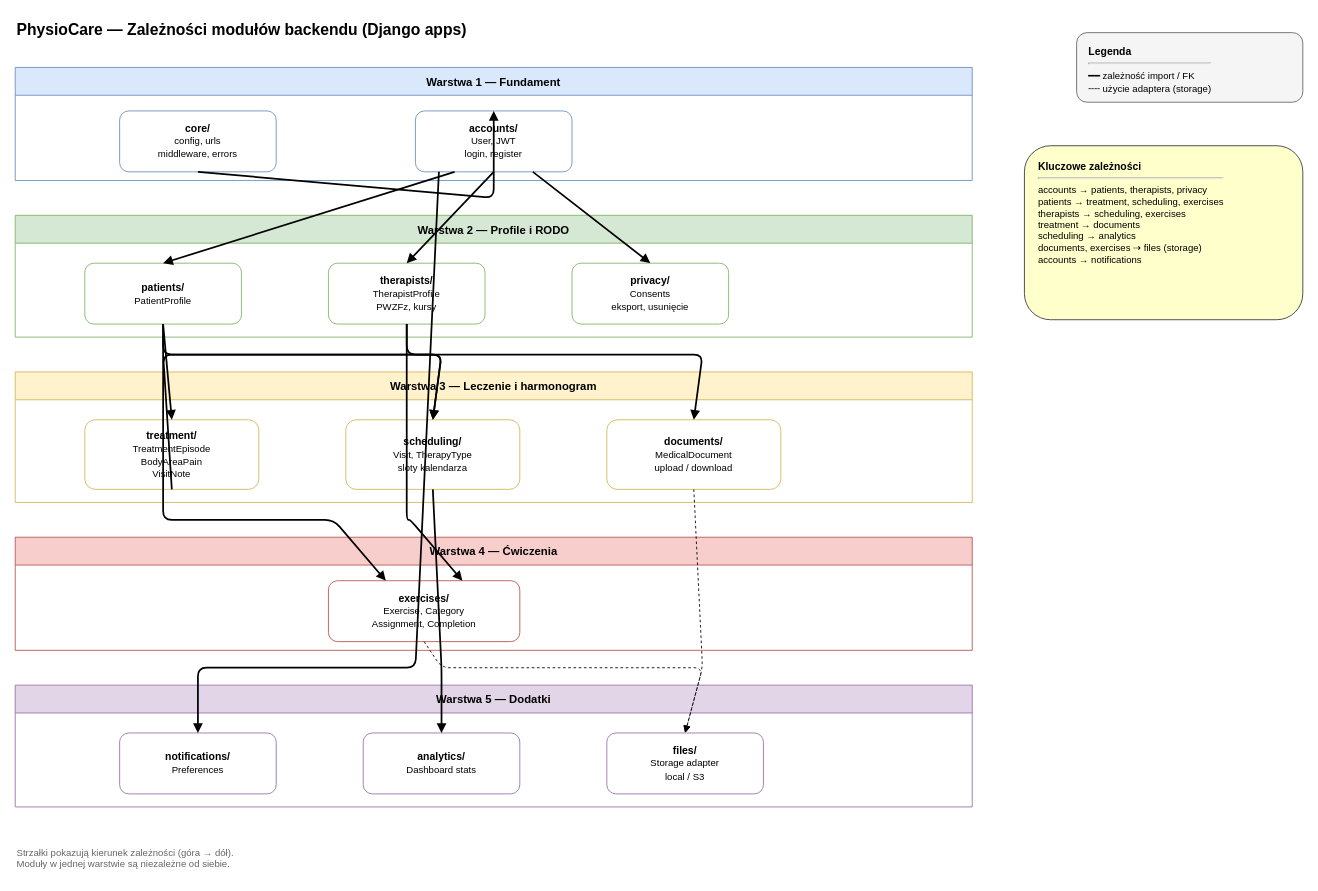
Above: docs/diagrams/module-dependencies.drawio in kacperszczudlo/PhysioCare (draw.io), before the change. Source tidied: cells renumbered, new cells numbered last; positions are measured from the earlier drawing's top-left corner, leaving out a move shared by most shapes. Both pictures are drawn from the tidied source at 87%, with x=0, y=0 at pixel (15, 15).
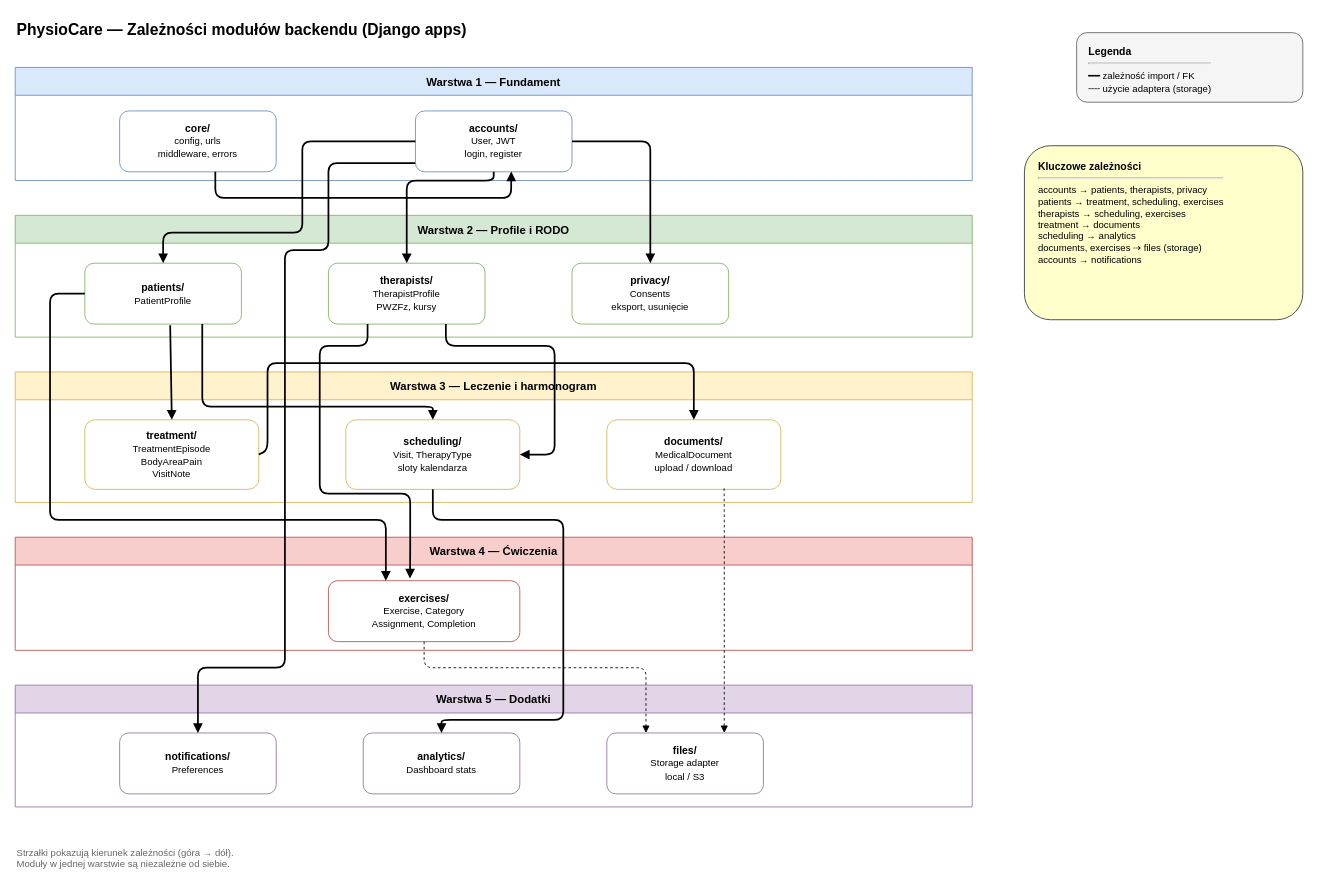
The same page after the edit.

Unchanged cells that the change refers to:
```xml
<mxCell id="5" value="&lt;b&gt;core/&lt;/b&gt;&lt;br&gt;&lt;font style=&quot;font-size:11px&quot;&gt;config, urls&lt;br&gt;middleware, errors&lt;/font&gt;" style="rounded=1;whiteSpace=wrap;html=1;align=center;verticalAlign=middle;fillColor=#ffffff;strokeColor=#6c8ebf;fontFamily=Helvetica;" parent="4" vertex="1">
  <mxGeometry x="120" y="50" width="180" height="70" as="geometry" />
</mxCell>
<mxCell id="6" value="&lt;b&gt;accounts/&lt;/b&gt;&lt;br&gt;&lt;font style=&quot;font-size:11px&quot;&gt;User, JWT&lt;br&gt;login, register&lt;/font&gt;" style="rounded=1;whiteSpace=wrap;html=1;align=center;verticalAlign=middle;fillColor=#ffffff;strokeColor=#6c8ebf;fontFamily=Helvetica;" parent="4" vertex="1">
  <mxGeometry x="460" y="50" width="180" height="70" as="geometry" />
</mxCell>
<mxCell id="8" value="&lt;b&gt;patients/&lt;/b&gt;&lt;br&gt;&lt;font style=&quot;font-size:11px&quot;&gt;PatientProfile&lt;/font&gt;" style="rounded=1;whiteSpace=wrap;html=1;align=center;verticalAlign=middle;fillColor=#ffffff;strokeColor=#82b366;fontFamily=Helvetica;" parent="7" vertex="1">
  <mxGeometry x="80" y="55" width="180" height="70" as="geometry" />
</mxCell>
<mxCell id="9" value="&lt;b&gt;therapists/&lt;/b&gt;&lt;br&gt;&lt;font style=&quot;font-size:11px&quot;&gt;TherapistProfile&lt;br&gt;PWZFz, kursy&lt;/font&gt;" style="rounded=1;whiteSpace=wrap;html=1;align=center;verticalAlign=middle;fillColor=#ffffff;strokeColor=#82b366;fontFamily=Helvetica;" parent="7" vertex="1">
  <mxGeometry x="360" y="55" width="180" height="70" as="geometry" />
</mxCell>
<mxCell id="10" value="&lt;b&gt;privacy/&lt;/b&gt;&lt;br&gt;&lt;font style=&quot;font-size:11px&quot;&gt;Consents&lt;br&gt;eksport, usunięcie&lt;/font&gt;" style="rounded=1;whiteSpace=wrap;html=1;align=center;verticalAlign=middle;fillColor=#ffffff;strokeColor=#82b366;fontFamily=Helvetica;" parent="7" vertex="1">
  <mxGeometry x="640" y="55" width="180" height="70" as="geometry" />
</mxCell>
<mxCell id="12" value="&lt;b&gt;treatment/&lt;/b&gt;&lt;br&gt;&lt;font style=&quot;font-size:11px&quot;&gt;TreatmentEpisode&lt;br&gt;BodyAreaPain&lt;br&gt;VisitNote&lt;/font&gt;" style="rounded=1;whiteSpace=wrap;html=1;align=center;verticalAlign=middle;fillColor=#ffffff;strokeColor=#d6b656;fontFamily=Helvetica;" parent="11" vertex="1">
  <mxGeometry x="80" y="55" width="200" height="80" as="geometry" />
</mxCell>
<mxCell id="13" value="&lt;b&gt;scheduling/&lt;/b&gt;&lt;br&gt;&lt;font style=&quot;font-size:11px&quot;&gt;Visit, TherapyType&lt;br&gt;sloty kalendarza&lt;/font&gt;" style="rounded=1;whiteSpace=wrap;html=1;align=center;verticalAlign=middle;fillColor=#ffffff;strokeColor=#d6b656;fontFamily=Helvetica;" parent="11" vertex="1">
  <mxGeometry x="380" y="55" width="200" height="80" as="geometry" />
</mxCell>
<mxCell id="14" value="&lt;b&gt;documents/&lt;/b&gt;&lt;br&gt;&lt;font style=&quot;font-size:11px&quot;&gt;MedicalDocument&lt;br&gt;upload / download&lt;/font&gt;" style="rounded=1;whiteSpace=wrap;html=1;align=center;verticalAlign=middle;fillColor=#ffffff;strokeColor=#d6b656;fontFamily=Helvetica;" parent="11" vertex="1">
  <mxGeometry x="680" y="55" width="200" height="80" as="geometry" />
</mxCell>
<mxCell id="16" value="&lt;b&gt;exercises/&lt;/b&gt;&lt;br&gt;&lt;font style=&quot;font-size:11px&quot;&gt;Exercise, Category&lt;br&gt;Assignment, Completion&lt;/font&gt;" style="rounded=1;whiteSpace=wrap;html=1;align=center;verticalAlign=middle;fillColor=#ffffff;strokeColor=#b85450;fontFamily=Helvetica;" parent="15" vertex="1">
  <mxGeometry x="360" y="50" width="220" height="70" as="geometry" />
</mxCell>
<mxCell id="18" value="&lt;b&gt;notifications/&lt;/b&gt;&lt;br&gt;&lt;font style=&quot;font-size:11px&quot;&gt;Preferences&lt;/font&gt;" style="rounded=1;whiteSpace=wrap;html=1;align=center;verticalAlign=middle;fillColor=#ffffff;strokeColor=#9673a6;fontFamily=Helvetica;" parent="17" vertex="1">
  <mxGeometry x="120" y="55" width="180" height="70" as="geometry" />
</mxCell>
<mxCell id="19" value="&lt;b&gt;analytics/&lt;/b&gt;&lt;br&gt;&lt;font style=&quot;font-size:11px&quot;&gt;Dashboard stats&lt;/font&gt;" style="rounded=1;whiteSpace=wrap;html=1;align=center;verticalAlign=middle;fillColor=#ffffff;strokeColor=#9673a6;fontFamily=Helvetica;" parent="17" vertex="1">
  <mxGeometry x="400" y="55" width="180" height="70" as="geometry" />
</mxCell>
<mxCell id="20" value="&lt;b&gt;files/&lt;/b&gt;&lt;br&gt;&lt;font style=&quot;font-size:11px&quot;&gt;Storage adapter&lt;br&gt;local / S3&lt;/font&gt;" style="rounded=1;whiteSpace=wrap;html=1;align=center;verticalAlign=middle;fillColor=#ffffff;strokeColor=#9673a6;fontFamily=Helvetica;" parent="17" vertex="1">
  <mxGeometry x="680" y="55" width="180" height="70" as="geometry" />
</mxCell>
```

The edit, as a diff of the source:
```diff
@@
-    <mxCell id="21" style="endArrow=block;html=1;rounded=1;strokeWidth=2;exitX=0.5;exitY=1;entryX=0.5;entryY=0;" parent="1" edge="1" source="5" target="6">
+    <mxCell id="21" style="endArrow=block;html=1;rounded=1;strokeWidth=2;exitX=0.5;exitY=1;entryX=0.612;entryY=0.994;entryDx=0;entryDy=0;entryPerimeter=0;" parent="1" edge="1" target="6">
       <mxGeometry relative="1" as="geometry">
+        <mxPoint x="230" y="180" as="sourcePoint" />
         <Array as="points">
-          <mxPoint x="550" y="210" />
-          <mxPoint x="550" y="210" />
+          <mxPoint x="230" y="210" />
+          <mxPoint x="570" y="210" />
+          <mxPoint x="570" y="210" />
         </Array>
       </mxGeometry>
     </mxCell>
-    <mxCell id="22" style="endArrow=block;html=1;rounded=1;strokeWidth=2;exitX=0.25;exitY=1;entryX=0.5;entryY=0;" parent="1" edge="1" source="6" target="8">
-      <mxGeometry relative="1" as="geometry" />
+    <mxCell id="22" style="endArrow=block;html=1;rounded=1;strokeWidth=2;exitX=0;exitY=0.5;entryX=0.5;entryY=0;exitDx=0;exitDy=0;" parent="1" edge="1" source="6" target="8">
+      <mxGeometry relative="1" as="geometry">
+        <Array as="points">
+          <mxPoint x="330" y="145" />
+          <mxPoint x="330" y="250" />
+          <mxPoint x="170" y="250" />
+        </Array>
+      </mxGeometry>
     </mxCell>
     <mxCell id="23" style="endArrow=block;html=1;rounded=1;strokeWidth=2;exitX=0.5;exitY=1;entryX=0.5;entryY=0;" parent="1" edge="1" source="6" target="9">
-      <mxGeometry relative="1" as="geometry" />
+      <mxGeometry relative="1" as="geometry">
+        <Array as="points">
+          <mxPoint x="550" y="190" />
+          <mxPoint x="450" y="190" />
+        </Array>
+      </mxGeometry>
     </mxCell>
-    <mxCell id="24" style="endArrow=block;html=1;rounded=1;strokeWidth=2;exitX=0.75;exitY=1;entryX=0.5;entryY=0;" parent="1" edge="1" source="6" target="10">
-      <mxGeometry relative="1" as="geometry" />
+    <mxCell id="24" style="endArrow=block;html=1;rounded=1;strokeWidth=2;exitX=1;exitY=0.5;entryX=0.5;entryY=0;exitDx=0;exitDy=0;" parent="1" edge="1" source="6" target="10">
+      <mxGeometry relative="1" as="geometry">
+        <Array as="points">
+          <mxPoint x="730" y="145" />
+        </Array>
+      </mxGeometry>
     </mxCell>
-    <mxCell id="25" style="endArrow=block;html=1;rounded=1;strokeWidth=2;exitX=0.5;exitY=1;entryX=0.5;entryY=0;" parent="1" edge="1" source="8" target="12">
+    <mxCell id="25" style="endArrow=block;html=1;rounded=1;strokeWidth=2;exitX=0.545;exitY=1.018;entryX=0.5;entryY=0;exitDx=0;exitDy=0;exitPerimeter=0;" parent="1" edge="1" source="8" target="12">
       <mxGeometry relative="1" as="geometry" />
     </mxCell>
-    <mxCell id="26" style="endArrow=block;html=1;rounded=1;strokeWidth=2;exitX=0.5;exitY=1;entryX=0.5;entryY=0;" parent="1" edge="1" source="8" target="13">
+    <mxCell id="26" style="endArrow=block;html=1;rounded=1;strokeWidth=2;exitX=0.75;exitY=1;exitDx=0;exitDy=0;entryX=0.5;entryY=0;entryDx=0;entryDy=0;" parent="1" edge="1" source="8" target="13">
       <mxGeometry relative="1" as="geometry">
         <Array as="points">
-          <mxPoint x="170" y="390" />
-          <mxPoint x="490" y="390" />
+          <mxPoint x="215" y="450" />
+          <mxPoint x="480" y="450" />
         </Array>
       </mxGeometry>
     </mxCell>
-    <mxCell id="27" style="endArrow=block;html=1;rounded=1;strokeWidth=2;exitX=0.5;exitY=1;entryX=0.5;entryY=0;" parent="1" edge="1" source="9" target="13">
+    <mxCell id="27" style="endArrow=block;html=1;rounded=1;strokeWidth=2;exitX=0.75;exitY=1;entryX=1;entryY=0.5;entryDx=0;entryDy=0;exitDx=0;exitDy=0;" parent="1" edge="1" source="9" target="13">
       <mxGeometry relative="1" as="geometry">
         <Array as="points">
-          <mxPoint x="450" y="390" />
-          <mxPoint x="490" y="390" />
+          <mxPoint x="495" y="380" />
+          <mxPoint x="620" y="380" />
+          <mxPoint x="620" y="505" />
         </Array>
       </mxGeometry>
     </mxCell>
-    <mxCell id="28" style="endArrow=block;html=1;rounded=1;strokeWidth=2;exitX=0.5;exitY=1;entryX=0.5;entryY=0;" parent="1" edge="1" source="12" target="14">
+    <mxCell id="28" style="endArrow=block;html=1;rounded=1;strokeWidth=2;exitX=1;exitY=0.5;entryX=0.5;entryY=0;exitDx=0;exitDy=0;" parent="1" edge="1" source="12" target="14">
       <mxGeometry relative="1" as="geometry">
         <Array as="points">
-          <mxPoint x="170" y="390" />
-          <mxPoint x="790" y="390" />
+          <mxPoint x="290" y="500" />
+          <mxPoint x="290" y="400" />
+          <mxPoint x="780" y="400" />
         </Array>
       </mxGeometry>
     </mxCell>
-    <mxCell id="29" style="endArrow=block;html=1;rounded=1;strokeWidth=2;exitX=0.5;exitY=1;entryX=0.3;entryY=0;" parent="1" edge="1" source="8" target="16">
+    <mxCell id="29" style="endArrow=block;html=1;rounded=1;strokeWidth=2;exitX=0;exitY=0.5;entryX=0.3;entryY=0;exitDx=0;exitDy=0;" parent="1" edge="1" source="8" target="16">
       <mxGeometry relative="1" as="geometry">
         <Array as="points">
-          <mxPoint x="170" y="580" />
-          <mxPoint x="366" y="580" />
+          <mxPoint x="40" y="320" />
+          <mxPoint x="40" y="580" />
+          <mxPoint x="426" y="580" />
         </Array>
       </mxGeometry>
     </mxCell>
-    <mxCell id="30" style="endArrow=block;html=1;rounded=1;strokeWidth=2;exitX=0.5;exitY=1;entryX=0.7;entryY=0;" parent="1" edge="1" source="9" target="16">
+    <mxCell id="30" style="endArrow=block;html=1;rounded=1;strokeWidth=2;exitX=0.25;exitY=1;entryX=0.426;entryY=-0.036;entryDx=0;entryDy=0;entryPerimeter=0;exitDx=0;exitDy=0;" parent="1" edge="1" source="9" target="16">
       <mxGeometry relative="1" as="geometry">
         <Array as="points">
-          <mxPoint x="450" y="580" />
-          <mxPoint x="454" y="580" />
+          <mxPoint x="405" y="380" />
+          <mxPoint x="350" y="380" />
+          <mxPoint x="350" y="550" />
+          <mxPoint x="454" y="550" />
+          <mxPoint x="454" y="620" />
         </Array>
       </mxGeometry>
     </mxCell>
-    <mxCell id="31" style="endArrow=block;html=1;rounded=1;strokeWidth=2;exitX=0.15;exitY=1;entryX=0.5;entryY=0;" parent="1" edge="1" source="6" target="18">
+    <mxCell id="31" style="endArrow=block;html=1;rounded=1;strokeWidth=2;exitX=-0.001;exitY=0.858;entryX=0.5;entryY=0;exitDx=0;exitDy=0;exitPerimeter=0;" parent="1" edge="1" source="6" target="18">
       <mxGeometry relative="1" as="geometry">
         <Array as="points">
-          <mxPoint x="460" y="750" />
+          <mxPoint x="360" y="170" />
+          <mxPoint x="360" y="270" />
+          <mxPoint x="310" y="270" />
+          <mxPoint x="310" y="510" />
+          <mxPoint x="310" y="750" />
           <mxPoint x="210" y="750" />
         </Array>
       </mxGeometry>
     </mxCell>
     <mxCell id="32" style="endArrow=block;html=1;rounded=1;strokeWidth=2;exitX=0.5;exitY=1;entryX=0.5;entryY=0;" parent="1" edge="1" source="13" target="19">
       <mxGeometry relative="1" as="geometry">
         <Array as="points">
-          <mxPoint x="490" y="750" />
-          <mxPoint x="490" y="750" />
+          <mxPoint x="480" y="580" />
+          <mxPoint x="630" y="580" />
+          <mxPoint x="630" y="810" />
+          <mxPoint x="490" y="810" />
         </Array>
       </mxGeometry>
     </mxCell>
-    <mxCell id="33" style="endArrow=block;dashed=1;html=1;rounded=1;strokeWidth=1;exitX=0.5;exitY=1;entryX=0.5;entryY=0;" parent="1" edge="1" source="14" target="20">
+    <mxCell id="33" style="endArrow=block;dashed=1;html=1;rounded=1;strokeWidth=1;exitX=0.674;exitY=0.985;exitDx=0;exitDy=0;entryX=0.75;entryY=0;entryDx=0;entryDy=0;exitPerimeter=0;" parent="1" edge="1" source="14" target="20">
       <mxGeometry relative="1" as="geometry">
         <Array as="points">
-          <mxPoint x="790" y="750" />
-          <mxPoint x="790" y="750" />
+          <mxPoint x="815" y="570" />
+          <mxPoint x="815" y="750" />
         </Array>
       </mxGeometry>
     </mxCell>
-    <mxCell id="34" style="endArrow=block;dashed=1;html=1;rounded=1;strokeWidth=1;exitX=0.5;exitY=1;entryX=0.5;entryY=0;" parent="1" edge="1" source="16" target="20">
+    <mxCell id="34" style="endArrow=block;dashed=1;html=1;rounded=1;strokeWidth=1;exitX=0.5;exitY=1;entryX=0.25;entryY=0;entryDx=0;entryDy=0;" parent="1" edge="1" source="16" target="20">
       <mxGeometry relative="1" as="geometry">
         <Array as="points">
-          <mxPoint x="490" y="750" />
-          <mxPoint x="790" y="750" />
+          <mxPoint x="470" y="750" />
+          <mxPoint x="725" y="750" />
         </Array>
       </mxGeometry>
     </mxCell>
```
